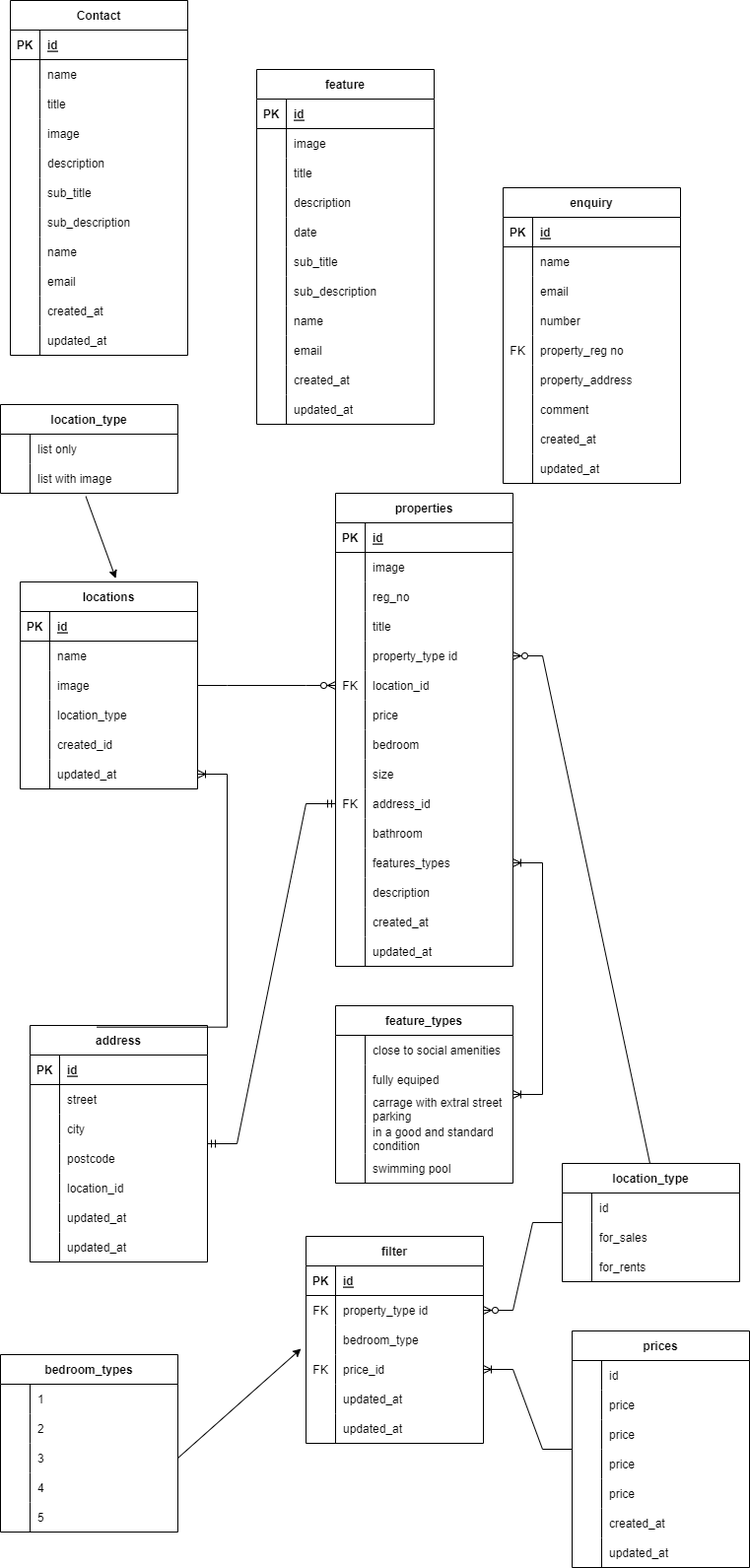
Earlier version of the draw.io export Estate database diagram.drawio.png (cullkid/text-animation). Source tidied: cells renumbered, new cells last; positions are measured from the earlier drawing's top-left corner, leaving out a move shared by most shapes.
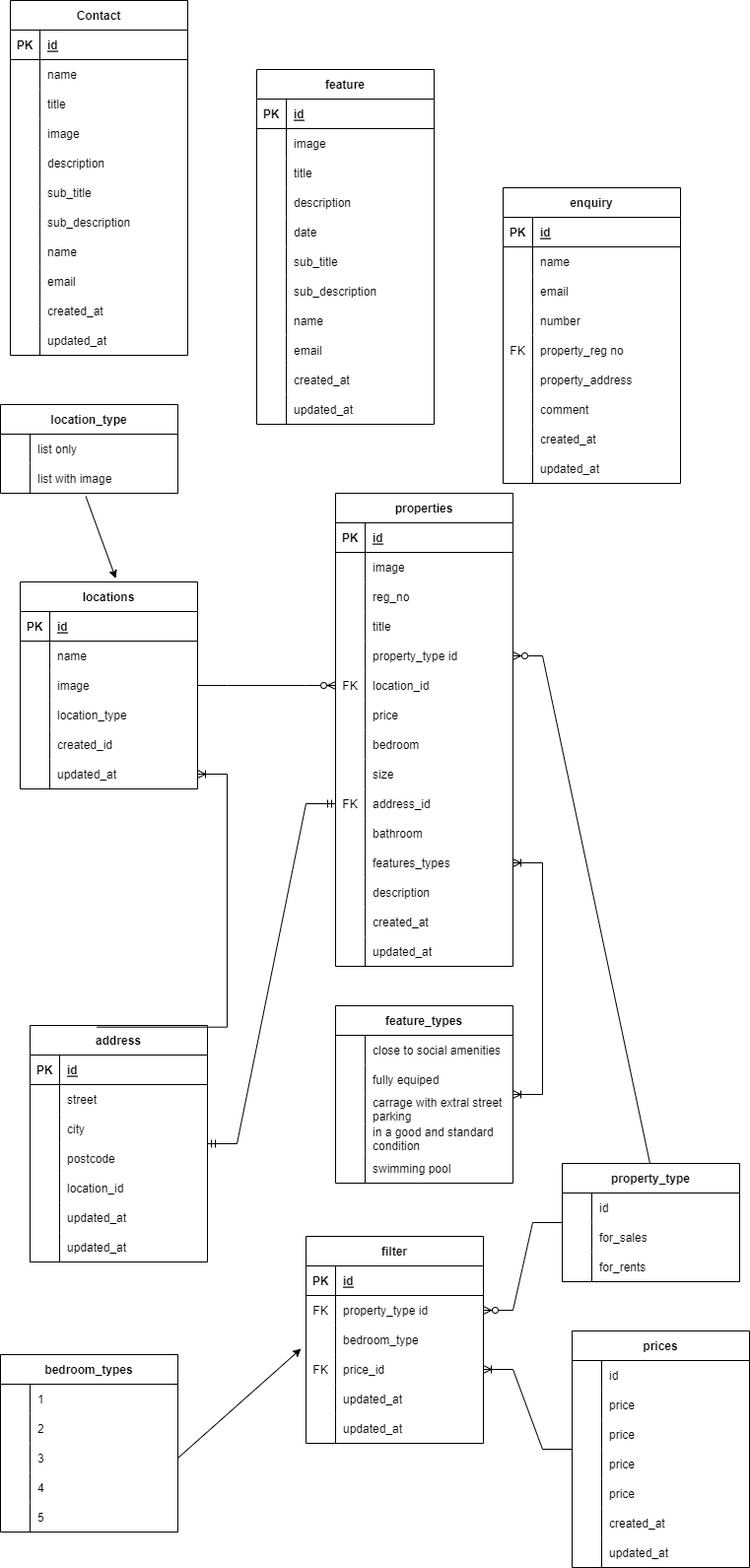
The same file after the commit.

Change to the diagram source:
```diff
@@ -590,7 +590,7 @@
     <mxCell id="197" value="updated_at" style="shape=partialRectangle;fillColor=none;top=0;left=0;bottom=0;right=0;align=left;spacingLeft=6;overflow=hidden;" parent="195" vertex="1">
       <mxGeometry x="30" width="150" height="30" as="geometry" />
     </mxCell>
-    <mxCell id="198" value="location_type" style="shape=table;startSize=30;rowLines=0;fontStyle=1;align=center;" parent="1" vertex="1">
+    <mxCell id="198" value="property_type" style="shape=table;startSize=30;rowLines=0;fontStyle=1;align=center;" parent="1" vertex="1">
       <mxGeometry x="570" y="1180" width="180" height="120" as="geometry" />
     </mxCell>
     <mxCell id="199" style="shape=tableRow;horizontal=0;startSize=0;swimlaneHead=0;swimlaneBody=0;fillColor=none;top=0;left=0;right=0;bottom=0;" parent="198" vertex="1">
```
